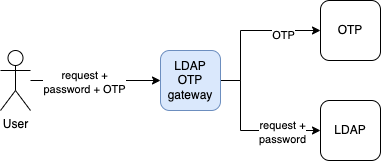
Earlier version of the draw.io export doc/architecture.drawio.png (widespot/ldap-otp-gateway). Source tidied: cells renumbered, new cells last; positions are measured from the earlier drawing's top-left corner, leaving out a move shared by most shapes.
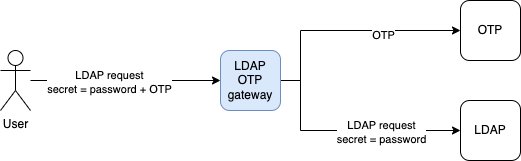
After the change.

Change to the diagram source:
```diff
@@ -5,11 +5,11 @@
     <mxCell id="2" style="edgeStyle=orthogonalEdgeStyle;rounded=0;jettySize=auto;html=1;entryX=0;entryY=0.5;entryDx=0;entryDy=0;" parent="1" edge="1" source="4" target="9">
       <mxGeometry relative="1" as="geometry" />
     </mxCell>
-    <mxCell id="3" value="request +&lt;br&gt;password + OTP" style="edgeLabel;html=1;align=center;verticalAlign=middle;" parent="2" vertex="1">
+    <mxCell id="3" value="LDAP request&lt;br&gt;secret = password + OTP" style="edgeLabel;html=1;align=center;verticalAlign=middle;" parent="2" vertex="1">
       <mxGeometry x="-0.18" y="-1" relative="1" as="geometry" />
     </mxCell>
     <mxCell id="4" value="User" style="shape=umlActor;verticalLabelPosition=bottom;verticalAlign=top;html=1;outlineConnect=0;" parent="1" vertex="1">
-      <mxGeometry y="50" width="30" height="60" as="geometry" />
+      <mxGeometry x="-60" y="50" width="30" height="60" as="geometry" />
     </mxCell>
     <mxCell id="5" style="edgeStyle=orthogonalEdgeStyle;rounded=0;jettySize=auto;html=1;entryX=0;entryY=0.5;entryDx=0;entryDy=0;" parent="1" edge="1" source="9" target="10">
       <mxGeometry relative="1" as="geometry">
@@ -20,7 +20,9 @@
       </mxGeometry>
     </mxCell>
     <mxCell id="6" value="OTP" style="edgeLabel;html=1;align=center;verticalAlign=middle;" parent="5" vertex="1">
-      <mxGeometry x="0.49" y="-4" relative="1" as="geometry" />
+      <mxGeometry x="0.49" y="-4" relative="1" as="geometry">
+        <mxPoint x="-20" as="offset" />
+      </mxGeometry>
     </mxCell>
     <mxCell id="7" style="edgeStyle=orthogonalEdgeStyle;rounded=0;jettySize=auto;html=1;" parent="1" edge="1" source="9" target="11">
       <mxGeometry relative="1" as="geometry">
@@ -30,17 +32,19 @@
         </Array>
       </mxGeometry>
     </mxCell>
-    <mxCell id="8" value="request +&lt;br&gt;password" style="edgeLabel;html=1;align=center;verticalAlign=middle;" parent="7" vertex="1">
-      <mxGeometry x="0.48" y="-1" relative="1" as="geometry" />
+    <mxCell id="8" value="LDAP request&lt;br&gt;secret = password" style="edgeLabel;html=1;align=center;verticalAlign=middle;" parent="7" vertex="1">
+      <mxGeometry x="0.48" y="-1" relative="1" as="geometry">
+        <mxPoint x="-20" as="offset" />
+      </mxGeometry>
     </mxCell>
     <mxCell id="9" value="LDAP OTP gateway" style="rounded=1;whiteSpace=wrap;html=1;fillColor=#dae8fc;strokeColor=#6c8ebf;" parent="1" vertex="1">
       <mxGeometry x="160" y="50" width="60" height="60" as="geometry" />
     </mxCell>
     <mxCell id="10" value="OTP" style="rounded=1;whiteSpace=wrap;html=1;" parent="1" vertex="1">
-      <mxGeometry x="320" width="60" height="60" as="geometry" />
+      <mxGeometry x="400" width="60" height="60" as="geometry" />
     </mxCell>
     <mxCell id="11" value="LDAP" style="rounded=1;whiteSpace=wrap;html=1;" parent="1" vertex="1">
-      <mxGeometry x="320" y="100" width="60" height="60" as="geometry" />
+      <mxGeometry x="400" y="100" width="60" height="60" as="geometry" />
     </mxCell>
   </root>
 </mxGraphModel>
```
